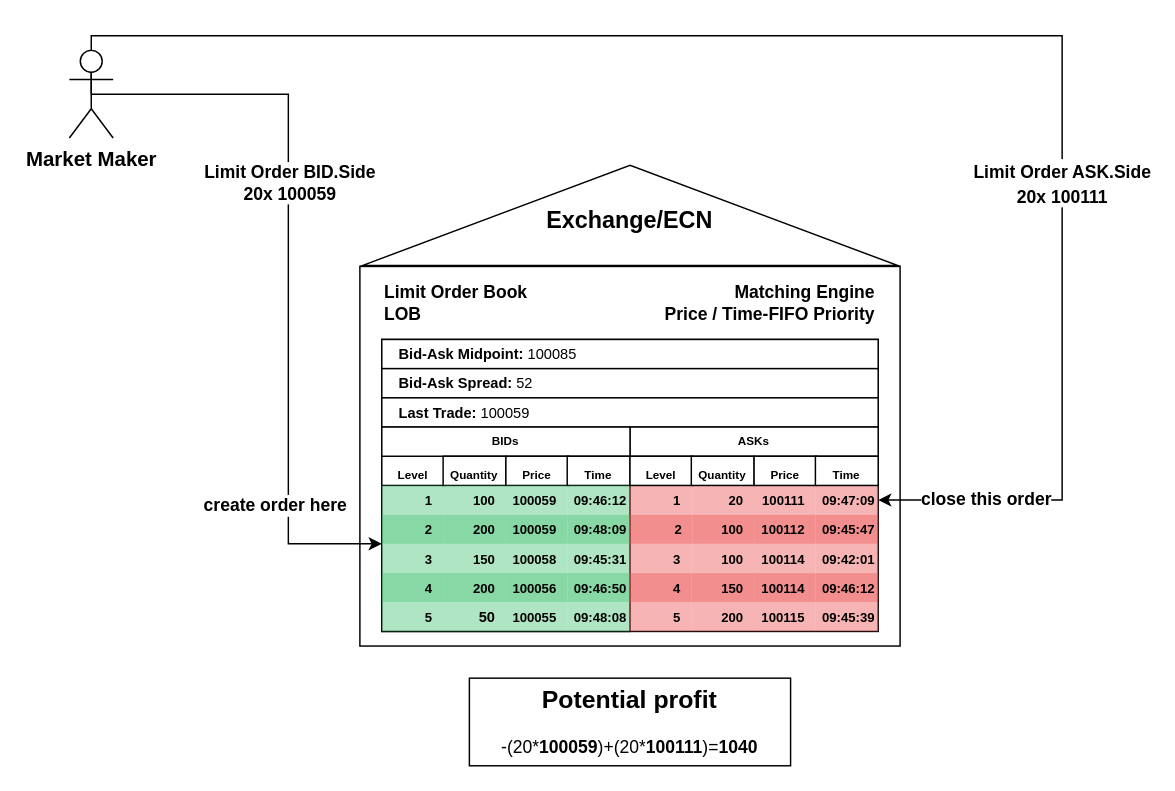
phelstab/research-reference-markets-dynamics keeps this draw.io diagram as page "Page-4" (4 of 4) of Diagrams/MarketMaker.drawio. Above is the earlier version. Source tidied: cells renumbered, new cells numbered last; positions are measured from the earlier drawing's top-left corner, leaving out a move shared by most shapes. Both pictures are drawn from the tidied source at 146%, with x=0, y=0 at pixel (69, -53).
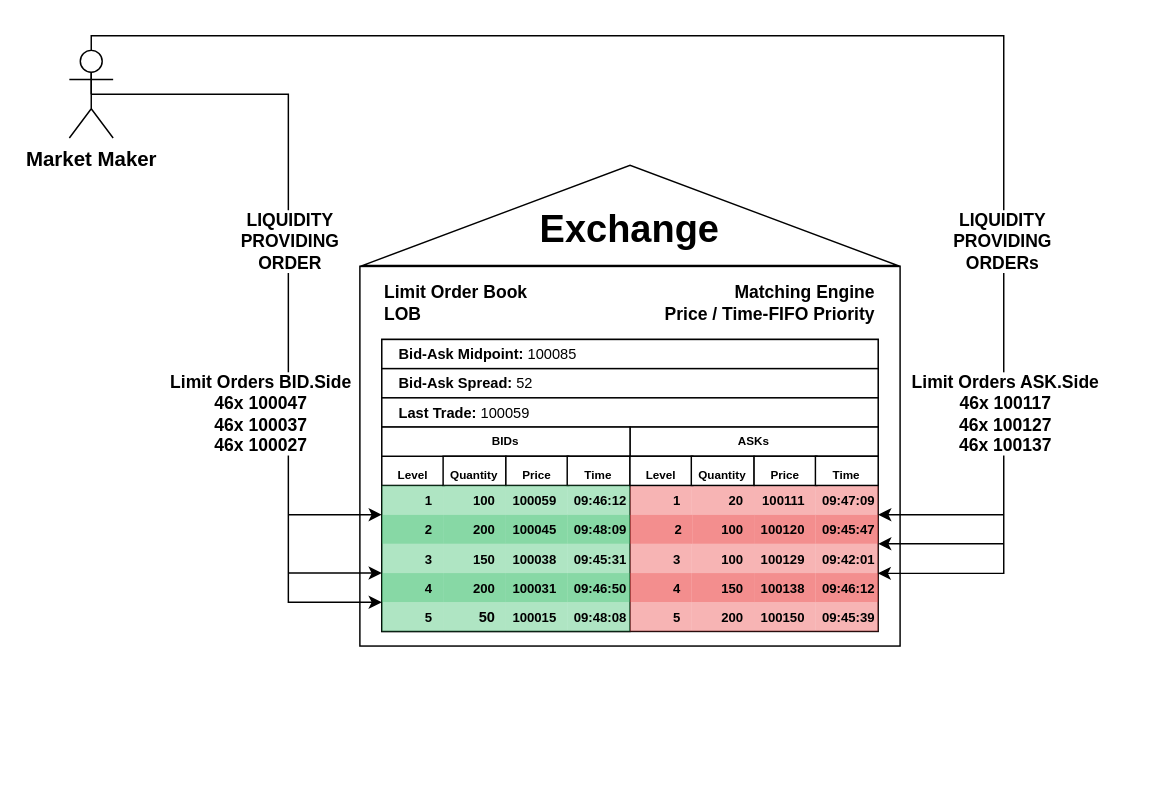
After the change.

The change refers to these unchanged cells:
```xml
<mxCell id="9" value="&lt;font style=&quot;font-size: 9px;&quot;&gt;1&lt;/font&gt;" style="rounded=0;whiteSpace=wrap;html=1;fontSize=16;labelBackgroundColor=none;fillColor=#37BF69;opacity=40;strokeColor=none;align=right;spacingRight=5;spacingBottom=5;fontStyle=1;" parent="1" vertex="1">
  <mxGeometry x="214" y="368" width="42" height="20" as="geometry" />
</mxCell>
<mxCell id="25" value="&lt;font style=&quot;font-size: 9px;&quot;&gt;3&lt;/font&gt;" style="rounded=0;whiteSpace=wrap;html=1;fontSize=16;labelBackgroundColor=none;fillColor=#37BF69;opacity=40;strokeColor=none;align=right;spacingRight=5;spacingBottom=5;fontStyle=1;" parent="1" vertex="1">
  <mxGeometry x="214" y="408" width="42" height="20" as="geometry" />
</mxCell>
<mxCell id="29" value="&lt;font style=&quot;font-size: 9px;&quot;&gt;4&lt;/font&gt;" style="rounded=0;whiteSpace=wrap;html=1;fontSize=16;labelBackgroundColor=none;fillColor=#37BF69;opacity=60;strokeColor=none;align=right;spacingRight=5;spacingBottom=5;fontStyle=1;" parent="1" vertex="1">
  <mxGeometry x="214" y="428" width="42" height="20" as="geometry" />
</mxCell>
<mxCell id="40" value="&lt;span style=&quot;font-size: 9px;&quot;&gt;09:47:09&lt;/span&gt;" style="rounded=0;whiteSpace=wrap;html=1;fontSize=16;labelBackgroundColor=none;fillColor=#EB4444;opacity=40;strokeColor=none;align=right;spacingRight=0;spacingBottom=5;fontStyle=1;" parent="1" vertex="1">
  <mxGeometry x="511" y="368" width="43" height="20" as="geometry" />
</mxCell>
<mxCell id="52" value="&lt;span style=&quot;font-size: 9px;&quot;&gt;09:46:12&lt;/span&gt;" style="rounded=0;whiteSpace=wrap;html=1;fontSize=16;labelBackgroundColor=none;fillColor=#EB4444;opacity=60;strokeColor=none;align=right;spacingRight=0;spacingBottom=5;fontStyle=1;" parent="1" vertex="1">
  <mxGeometry x="511" y="428" width="43" height="20" as="geometry" />
</mxCell>
<mxCell id="68" value="Market Maker" style="shape=umlActor;verticalLabelPosition=bottom;verticalAlign=top;html=1;outlineConnect=0;fontStyle=1;fontSize=14;" parent="1" vertex="1">
  <mxGeometry y="70" width="30" height="60" as="geometry" />
</mxCell>
```

What changed in the source:
```diff
@@
-    <mxCell id="6" value="&lt;span style=&quot;font-size: 16px;&quot;&gt;Exchange/ECN&lt;/span&gt;" style="text;html=1;strokeColor=none;fillColor=none;align=center;verticalAlign=middle;whiteSpace=wrap;rounded=0;fontSize=16;fontStyle=1;" parent="1" vertex="1">
-      <mxGeometry x="354" y="171" width="60" height="30" as="geometry" />
-    </mxCell>
@@
-    <mxCell id="23" value="&lt;span style=&quot;font-size: 9px;&quot;&gt;100059&lt;/span&gt;" style="rounded=0;whiteSpace=wrap;html=1;fontSize=16;labelBackgroundColor=none;fillColor=#37BF69;opacity=60;strokeColor=none;align=right;spacingRight=5;spacingBottom=5;fontStyle=1;" parent="1" vertex="1">
+    <mxCell id="23" value="&lt;span style=&quot;font-size: 9px;&quot;&gt;100045&lt;/span&gt;" style="rounded=0;whiteSpace=wrap;html=1;fontSize=16;labelBackgroundColor=none;fillColor=#37BF69;opacity=60;strokeColor=none;align=right;spacingRight=5;spacingBottom=5;fontStyle=1;" parent="1" vertex="1">
       <mxGeometry x="299" y="388" width="42" height="20" as="geometry" />
     </mxCell>
@@
-    <mxCell id="27" value="&lt;span style=&quot;font-size: 9px;&quot;&gt;100058&lt;/span&gt;" style="rounded=0;whiteSpace=wrap;html=1;fontSize=16;labelBackgroundColor=none;fillColor=#37BF69;opacity=40;strokeColor=none;align=right;spacingRight=5;spacingBottom=5;fontStyle=1;" parent="1" vertex="1">
+    <mxCell id="27" value="&lt;span style=&quot;font-size: 9px;&quot;&gt;100038&lt;br&gt;&lt;/span&gt;" style="rounded=0;whiteSpace=wrap;html=1;fontSize=16;labelBackgroundColor=none;fillColor=#37BF69;opacity=40;strokeColor=none;align=right;spacingRight=5;spacingBottom=5;fontStyle=1;" parent="1" vertex="1">
       <mxGeometry x="299" y="408" width="42" height="20" as="geometry" />
     </mxCell>
@@
-    <mxCell id="31" value="&lt;span style=&quot;font-size: 9px;&quot;&gt;100056&lt;/span&gt;" style="rounded=0;whiteSpace=wrap;html=1;fontSize=16;labelBackgroundColor=none;fillColor=#37BF69;opacity=60;strokeColor=none;align=right;spacingRight=5;spacingBottom=5;fontStyle=1;" parent="1" vertex="1">
+    <mxCell id="31" value="&lt;span style=&quot;font-size: 9px;&quot;&gt;100031&lt;/span&gt;" style="rounded=0;whiteSpace=wrap;html=1;fontSize=16;labelBackgroundColor=none;fillColor=#37BF69;opacity=60;strokeColor=none;align=right;spacingRight=5;spacingBottom=5;fontStyle=1;" parent="1" vertex="1">
       <mxGeometry x="299" y="428" width="42" height="20" as="geometry" />
     </mxCell>
@@
-    <mxCell id="35" value="&lt;span style=&quot;font-size: 9px;&quot;&gt;100055&lt;/span&gt;" style="rounded=0;whiteSpace=wrap;html=1;fontSize=16;labelBackgroundColor=none;fillColor=#37BF69;opacity=40;strokeColor=none;align=right;spacingRight=5;spacingBottom=5;fontStyle=1;" parent="1" vertex="1">
+    <mxCell id="35" value="&lt;span style=&quot;font-size: 9px;&quot;&gt;100015&lt;/span&gt;" style="rounded=0;whiteSpace=wrap;html=1;fontSize=16;labelBackgroundColor=none;fillColor=#37BF69;opacity=40;strokeColor=none;align=right;spacingRight=5;spacingBottom=5;fontStyle=1;" parent="1" vertex="1">
       <mxGeometry x="299" y="448" width="42" height="20" as="geometry" />
     </mxCell>
@@
-    <mxCell id="43" value="&lt;span style=&quot;font-size: 9px;&quot;&gt;100112&lt;/span&gt;" style="rounded=0;whiteSpace=wrap;html=1;fontSize=16;labelBackgroundColor=none;fillColor=#EB4444;opacity=60;strokeColor=none;align=right;spacingRight=5;spacingBottom=5;fontStyle=1;" parent="1" vertex="1">
+    <mxCell id="43" value="&lt;span style=&quot;font-size: 9px;&quot;&gt;100120&lt;/span&gt;" style="rounded=0;whiteSpace=wrap;html=1;fontSize=16;labelBackgroundColor=none;fillColor=#EB4444;opacity=60;strokeColor=none;align=right;spacingRight=5;spacingBottom=5;fontStyle=1;" parent="1" vertex="1">
       <mxGeometry x="469" y="388" width="42" height="20" as="geometry" />
     </mxCell>
@@
-    <mxCell id="47" value="&lt;span style=&quot;font-size: 9px;&quot;&gt;100114&lt;/span&gt;" style="rounded=0;whiteSpace=wrap;html=1;fontSize=16;labelBackgroundColor=none;fillColor=#EB4444;opacity=40;strokeColor=none;align=right;spacingRight=5;spacingBottom=5;fontStyle=1;" parent="1" vertex="1">
+    <mxCell id="47" value="&lt;span style=&quot;font-size: 9px;&quot;&gt;100129&lt;/span&gt;" style="rounded=0;whiteSpace=wrap;html=1;fontSize=16;labelBackgroundColor=none;fillColor=#EB4444;opacity=40;strokeColor=none;align=right;spacingRight=5;spacingBottom=5;fontStyle=1;" parent="1" vertex="1">
       <mxGeometry x="469" y="408" width="42" height="20" as="geometry" />
     </mxCell>
@@
-    <mxCell id="51" value="&lt;span style=&quot;font-size: 9px;&quot;&gt;100114&lt;/span&gt;" style="rounded=0;whiteSpace=wrap;html=1;fontSize=16;labelBackgroundColor=none;fillColor=#EB4444;opacity=60;strokeColor=none;align=right;spacingRight=5;spacingBottom=5;fontStyle=1;" parent="1" vertex="1">
+    <mxCell id="51" value="&lt;span style=&quot;font-size: 9px;&quot;&gt;100138&lt;/span&gt;" style="rounded=0;whiteSpace=wrap;html=1;fontSize=16;labelBackgroundColor=none;fillColor=#EB4444;opacity=60;strokeColor=none;align=right;spacingRight=5;spacingBottom=5;fontStyle=1;" parent="1" vertex="1">
       <mxGeometry x="469" y="428" width="42" height="20" as="geometry" />
     </mxCell>
@@
-    <mxCell id="55" value="&lt;span style=&quot;font-size: 9px;&quot;&gt;100115&lt;/span&gt;" style="rounded=0;whiteSpace=wrap;html=1;fontSize=16;labelBackgroundColor=none;fillColor=#EB4444;opacity=40;strokeColor=none;align=right;spacingRight=5;spacingBottom=5;fontStyle=1;" parent="1" vertex="1">
+    <mxCell id="55" value="&lt;span style=&quot;font-size: 9px;&quot;&gt;100150&lt;/span&gt;" style="rounded=0;whiteSpace=wrap;html=1;fontSize=16;labelBackgroundColor=none;fillColor=#EB4444;opacity=40;strokeColor=none;align=right;spacingRight=5;spacingBottom=5;fontStyle=1;" parent="1" vertex="1">
       <mxGeometry x="469" y="448" width="42" height="20" as="geometry" />
     </mxCell>
@@
-    <mxCell id="62" style="edgeStyle=orthogonalEdgeStyle;rounded=0;jettySize=auto;html=1;exitX=0.5;exitY=0.5;exitDx=0;exitDy=0;exitPerimeter=0;entryX=1;entryY=0.5;entryDx=0;entryDy=0;" parent="1" edge="1" source="68" target="40">
+    <mxCell id="62" style="edgeStyle=orthogonalEdgeStyle;rounded=0;jettySize=auto;html=1;exitX=0.5;exitY=0.5;exitDx=0;exitDy=0;exitPerimeter=0;entryX=0.992;entryY=0.011;entryDx=0;entryDy=0;entryPerimeter=0;" parent="1" edge="1" source="68" target="52">
       <mxGeometry relative="1" as="geometry">
         <Array as="points">
           <mxPoint x="15" y="60" />
-          <mxPoint x="680" y="60" />
-          <mxPoint x="680" y="378" />
+          <mxPoint x="640" y="60" />
+          <mxPoint x="640" y="428" />
         </Array>
       </mxGeometry>
     </mxCell>
-    <mxCell id="63" value="&lt;span style=&quot;font-size: 12px; font-weight: 700;&quot;&gt;Limit Order ASK.Side&lt;/span&gt;&lt;br style=&quot;font-size: 12px; font-weight: 700;&quot;&gt;&lt;span style=&quot;font-size: 12px; font-weight: 700;&quot;&gt;20x 100111&lt;/span&gt;" style="edgeLabel;html=1;align=center;verticalAlign=middle;fontSize=14;" parent="62" vertex="1">
-      <mxGeometry x="0.04" y="1" relative="1" as="geometry">
-        <mxPoint x="107" y="101" as="offset" />
-      </mxGeometry>
-    </mxCell>
-    <mxCell id="64" value="&lt;font style=&quot;font-size: 12px;&quot;&gt;close this order&lt;/font&gt;" style="edgeLabel;html=1;align=center;verticalAlign=middle;fontSize=17;fontStyle=1;" parent="62" vertex="1">
+    <mxCell id="64" value="LIQUIDITY&lt;br&gt;PROVIDING&lt;br&gt;ORDERs" style="edgeLabel;html=1;align=center;verticalAlign=middle;fontSize=12;fontStyle=1;" parent="62" vertex="1">
       <mxGeometry x="0.94" y="-2" relative="1" as="geometry">
-        <mxPoint x="39" as="offset" />
+        <mxPoint x="51" y="-226" as="offset" />
       </mxGeometry>
     </mxCell>
-    <mxCell id="65" style="endArrow=classic;html=1;rounded=0;entryX=0;entryY=0;entryDx=0;entryDy=0;exitX=0.5;exitY=0.5;exitDx=0;exitDy=0;exitPerimeter=0;" parent="1" edge="1" source="68" target="25">
+    <mxCell id="65" style="endArrow=classic;html=1;rounded=0;entryX=0;entryY=1;entryDx=0;entryDy=0;exitX=0.5;exitY=0.5;exitDx=0;exitDy=0;exitPerimeter=0;" parent="1" edge="1" source="68" target="29">
       <mxGeometry relative="1" as="geometry">
         <Array as="points">
           <mxPoint x="80" y="100" />
           <mxPoint x="110" y="100" />
           <mxPoint x="150" y="100" />
-          <mxPoint x="150" y="210" />
-          <mxPoint x="150" y="408" />
+          <mxPoint x="150" y="448" />
         </Array>
       </mxGeometry>
     </mxCell>
-    <mxCell id="66" value="&lt;span style=&quot;font-size: 12px; font-weight: 700;&quot;&gt;Limit Order BID.Side&lt;/span&gt;&lt;br style=&quot;font-size: 12px; font-weight: 700;&quot;&gt;&lt;span style=&quot;font-size: 12px; font-weight: 700;&quot;&gt;20x 100059&lt;/span&gt;" style="edgeLabel;html=1;align=center;verticalAlign=middle;" parent="65" vertex="1">
-      <mxGeometry x="0.1" relative="1" as="geometry">
-        <mxPoint y="-84" as="offset" />
-      </mxGeometry>
-    </mxCell>
-    <mxCell id="67" value="&lt;span style=&quot;&quot;&gt;create order here&lt;/span&gt;" style="edgeLabel;html=1;align=center;verticalAlign=middle;fontSize=12;fontStyle=1;" parent="65" vertex="1">
+    <mxCell id="67" value="&lt;span style=&quot;font-size: 12px;&quot;&gt;LIQUIDITY&lt;br style=&quot;font-size: 12px;&quot;&gt;PROVIDING&lt;br&gt;ORDER&lt;/span&gt;" style="edgeLabel;html=1;align=center;verticalAlign=middle;fontSize=12;fontStyle=1;" parent="65" vertex="1">
       <mxGeometry x="0.53" y="-2" relative="1" as="geometry">
-        <mxPoint x="-8" y="28" as="offset" />
+        <mxPoint x="2" y="-183" as="offset" />
       </mxGeometry>
     </mxCell>
@@
-    <mxCell id="69" value="&lt;font style=&quot;font-size: 17px;&quot;&gt;&lt;b&gt;Potential profit&lt;/b&gt;&lt;br&gt;&lt;/font&gt;&lt;br&gt;-(20*&lt;span style=&quot;font-weight: 700; background-color: rgb(255, 255, 255);&quot;&gt;100059&lt;/span&gt;)+(20*&lt;span style=&quot;font-weight: 700; background-color: rgb(255, 255, 255);&quot;&gt;100111&lt;/span&gt;)=&lt;b&gt;1040&lt;/b&gt;" style="rounded=0;whiteSpace=wrap;html=1;" parent="1" vertex="1">
-      <mxGeometry x="274" y="500" width="220" height="60" as="geometry" />
-    </mxCell>
+    <mxCell id="70" value="&lt;span style=&quot;font-size: 12px; font-weight: 700;&quot;&gt;Limit Orders BID.Side&lt;/span&gt;&lt;br style=&quot;font-size: 12px; font-weight: 700;&quot;&gt;&lt;span style=&quot;font-size: 12px; font-weight: 700;&quot;&gt;46x 100047&lt;br&gt;46x&amp;nbsp;&lt;/span&gt;&lt;span style=&quot;font-size: 12px; font-weight: 700;&quot;&gt;100037&lt;br&gt;&lt;/span&gt;&lt;span style=&quot;font-size: 12px; font-weight: 700;&quot;&gt;46x&amp;nbsp;&lt;/span&gt;&lt;span style=&quot;font-size: 12px; font-weight: 700;&quot;&gt;100027&lt;/span&gt;&lt;span style=&quot;font-size: 12px; font-weight: 700;&quot;&gt;&lt;br&gt;&lt;/span&gt;" style="edgeLabel;html=1;align=center;verticalAlign=middle;" parent="1" vertex="1">
+      <mxGeometry x="130" y="318" as="geometry" />
+    </mxCell>
+    <mxCell id="71" value="&lt;span style=&quot;font-size: 12px; font-weight: 700;&quot;&gt;Limit Orders ASK.Side&lt;/span&gt;&lt;br style=&quot;font-size: 12px; font-weight: 700;&quot;&gt;&lt;span style=&quot;font-size: 12px; font-weight: 700;&quot;&gt;46x 100117&lt;br&gt;46x&amp;nbsp;&lt;/span&gt;&lt;span style=&quot;font-size: 12px; font-weight: 700;&quot;&gt;100127&lt;br&gt;&lt;/span&gt;&lt;span style=&quot;font-size: 12px; font-weight: 700;&quot;&gt;46x&amp;nbsp;&lt;/span&gt;&lt;span style=&quot;font-size: 12px; font-weight: 700;&quot;&gt;100137&lt;/span&gt;&lt;span style=&quot;font-size: 12px; font-weight: 700;&quot;&gt;&lt;br&gt;&lt;/span&gt;" style="edgeLabel;html=1;align=center;verticalAlign=middle;" parent="1" vertex="1">
+      <mxGeometry x="640" y="318" as="geometry" />
+    </mxCell>
+    <mxCell id="72" style="endArrow=classic;html=1;rounded=0;fontSize=12;entryX=0;entryY=1;entryDx=0;entryDy=0;" parent="1" edge="1" target="9">
+      <mxGeometry relative="1" as="geometry">
+        <mxPoint x="150" y="388" as="sourcePoint" />
+      </mxGeometry>
+    </mxCell>
+    <mxCell id="73" style="endArrow=classic;html=1;rounded=0;fontSize=12;entryX=0;entryY=1;entryDx=0;entryDy=0;" parent="1" edge="1">
+      <mxGeometry relative="1" as="geometry">
+        <mxPoint x="150" y="428" as="sourcePoint" />
+        <mxPoint x="214" y="428" as="targetPoint" />
+      </mxGeometry>
+    </mxCell>
+    <mxCell id="74" style="endArrow=classic;html=1;rounded=0;fontSize=12;" parent="1" edge="1">
+      <mxGeometry relative="1" as="geometry">
+        <mxPoint x="640" y="408" as="sourcePoint" />
+        <mxPoint x="554" y="408" as="targetPoint" />
+      </mxGeometry>
+    </mxCell>
+    <mxCell id="75" style="endArrow=classic;html=1;rounded=0;fontSize=12;" parent="1" edge="1">
+      <mxGeometry relative="1" as="geometry">
+        <mxPoint x="640" y="388" as="sourcePoint" />
+        <mxPoint x="554" y="388" as="targetPoint" />
+      </mxGeometry>
+    </mxCell>
+    <mxCell id="76" value="&lt;span style=&quot;font-size: 26px;&quot;&gt;Exchange&lt;/span&gt;" style="text;html=1;strokeColor=none;fillColor=none;align=center;verticalAlign=middle;whiteSpace=wrap;rounded=0;fontSize=26;fontStyle=1;" parent="1" vertex="1">
+      <mxGeometry x="354" y="178" width="60" height="30" as="geometry" />
+    </mxCell>
```
